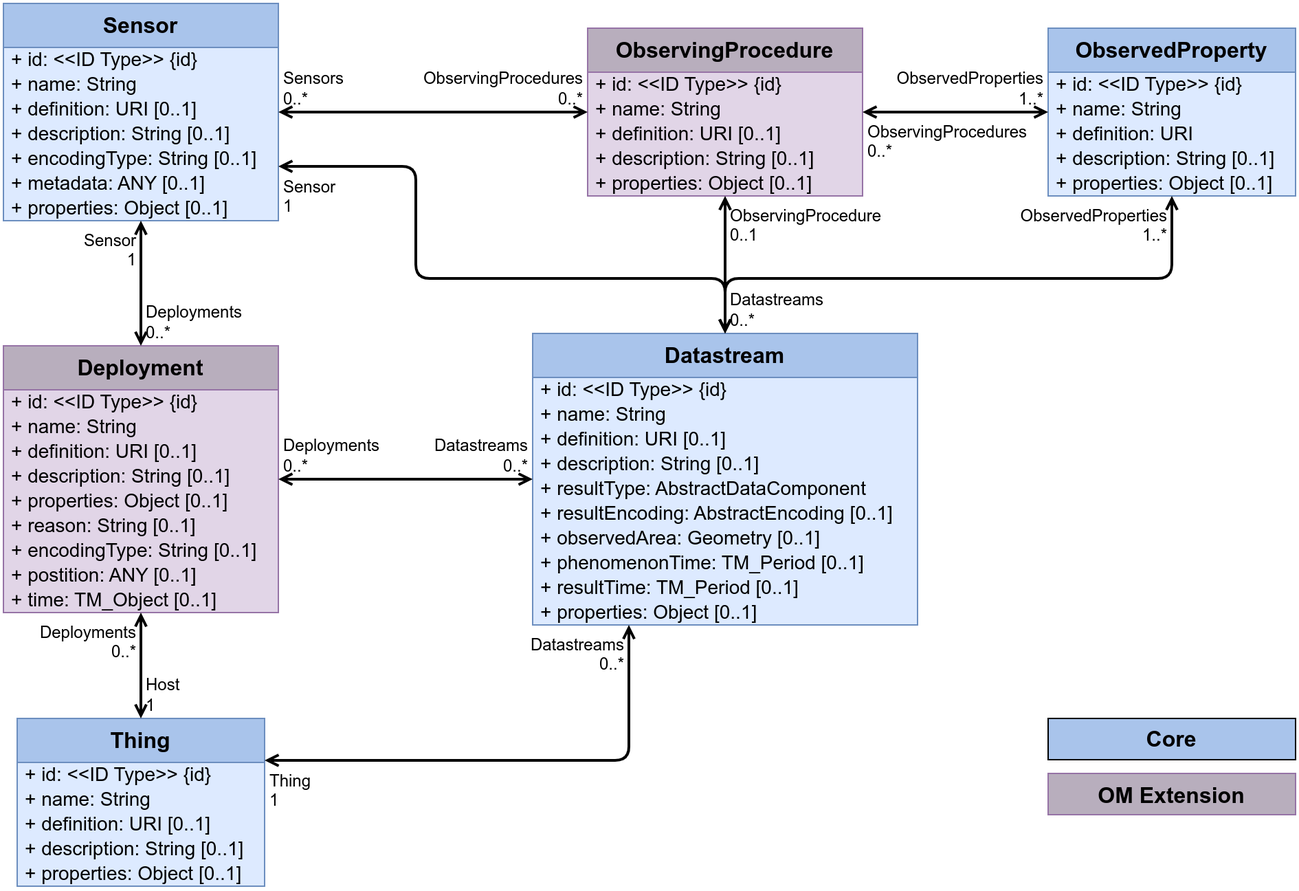
Earlier version of the draw.io export figures/Datamodel-SensorThingsApi-V2-OM.drawio.png (opengeospatial/sensorthings). Source tidied: cells renumbered, new cells last; positions are measured from the earlier drawing's top-left corner, leaving out a move shared by most shapes.
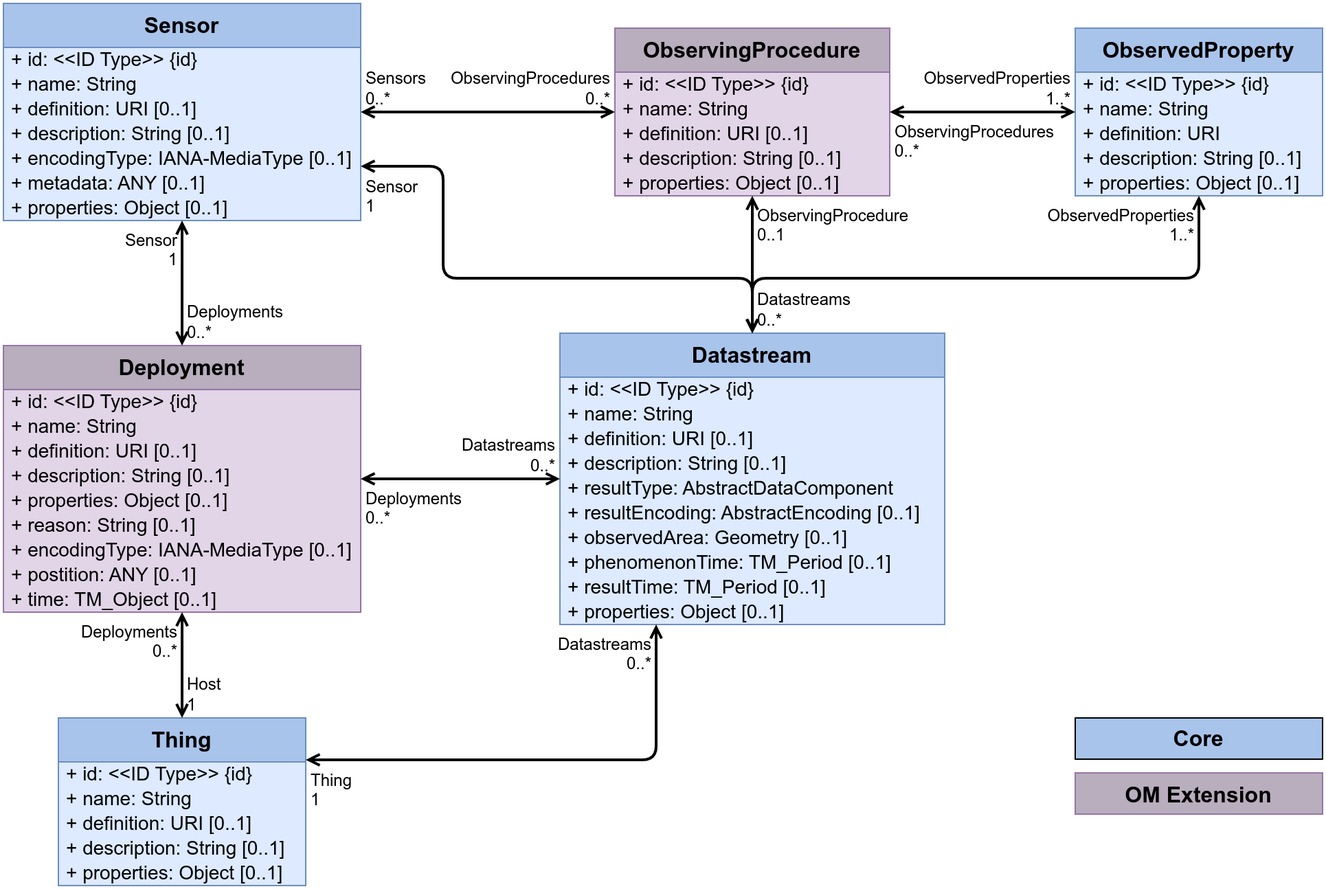
The same diagram one commit later.

Change to the diagram source:
```diff
@@ -36,34 +36,34 @@
       <mxGeometry y="194" width="280" height="18" as="geometry" />
     </mxCell>
     <mxCell id="13" value="Deployment" style="swimlane;fontStyle=1;horizontal=1;startSize=32;fontSize=16;whiteSpace=wrap;html=1;fillColor=#B8AEBD;strokeColor=#9673a6;swimlaneFillColor=#E1D5E7;verticalAlign=top;" parent="1" vertex="1">
-      <mxGeometry y="249" width="200" height="194" as="geometry" />
+      <mxGeometry x="-20" y="249" width="260" height="194" as="geometry" />
     </mxCell>
     <mxCell id="14" value="+&amp;nbsp;id: &amp;lt;&amp;lt;ID Type&amp;gt;&amp;gt;&amp;nbsp;{id}" style="text;strokeColor=none;fillColor=none;align=left;verticalAlign=middle;spacingLeft=4;spacingRight=4;overflow=visible;html=1;fontSize=14;" parent="13" vertex="1">
-      <mxGeometry y="32" width="200" height="18" as="geometry" />
+      <mxGeometry y="32" width="260" height="18" as="geometry" />
     </mxCell>
     <mxCell id="15" value="+ name: String" style="text;strokeColor=none;fillColor=none;align=left;verticalAlign=middle;spacingLeft=4;spacingRight=4;overflow=visible;html=1;fontSize=14;" parent="13" vertex="1">
-      <mxGeometry y="50" width="200" height="18" as="geometry" />
+      <mxGeometry y="50" width="260" height="18" as="geometry" />
     </mxCell>
     <mxCell id="16" value="&lt;div style=&quot;&quot;&gt;&lt;span style=&quot;background-color: initial;&quot;&gt;+&amp;nbsp;definition: URI&amp;nbsp;[0..1]&lt;/span&gt;&lt;/div&gt;" style="text;strokeColor=none;fillColor=none;align=left;verticalAlign=middle;spacingLeft=4;spacingRight=4;overflow=visible;html=1;fontSize=14;" parent="13" vertex="1">
-      <mxGeometry y="68" width="200" height="18" as="geometry" />
+      <mxGeometry y="68" width="260" height="18" as="geometry" />
     </mxCell>
     <mxCell id="17" value="+&amp;nbsp;description: String&amp;nbsp;[0..1]" style="text;strokeColor=none;fillColor=none;align=left;verticalAlign=middle;spacingLeft=4;spacingRight=4;overflow=visible;html=1;fontSize=14;" parent="13" vertex="1">
-      <mxGeometry y="86" width="200" height="18" as="geometry" />
+      <mxGeometry y="86" width="260" height="18" as="geometry" />
     </mxCell>
     <mxCell id="18" value="+&amp;nbsp;properties: Object&amp;nbsp;[0..1]" style="text;strokeColor=none;fillColor=none;align=left;verticalAlign=middle;spacingLeft=4;spacingRight=4;overflow=visible;html=1;fontSize=14;" parent="13" vertex="1">
-      <mxGeometry y="104" width="200" height="18" as="geometry" />
+      <mxGeometry y="104" width="260" height="18" as="geometry" />
     </mxCell>
     <mxCell id="19" value="+&amp;nbsp;reason: String&amp;nbsp;[0..1]" style="text;strokeColor=none;fillColor=none;align=left;verticalAlign=middle;spacingLeft=4;spacingRight=4;overflow=visible;html=1;fontSize=14;" parent="13" vertex="1">
-      <mxGeometry y="122" width="200" height="18" as="geometry" />
+      <mxGeometry y="122" width="260" height="18" as="geometry" />
     </mxCell>
-    <mxCell id="20" value="+&amp;nbsp;encodingType: String&amp;nbsp;[0..1]" style="text;strokeColor=none;fillColor=none;align=left;verticalAlign=middle;spacingLeft=4;spacingRight=4;overflow=visible;html=1;fontSize=14;" parent="13" vertex="1">
-      <mxGeometry y="140" width="200" height="18" as="geometry" />
+    <mxCell id="20" value="+&amp;nbsp;encodingType:&amp;nbsp;IANA-MediaType&lt;span style=&quot;background-color: initial;&quot;&gt;&amp;nbsp;[0..1]&lt;/span&gt;" style="text;strokeColor=none;fillColor=none;align=left;verticalAlign=middle;spacingLeft=4;spacingRight=4;overflow=visible;html=1;fontSize=14;" parent="13" vertex="1">
+      <mxGeometry y="140" width="260" height="18" as="geometry" />
     </mxCell>
     <mxCell id="21" value="+&amp;nbsp;postition: ANY&amp;nbsp;[0..1]" style="text;strokeColor=none;fillColor=none;align=left;verticalAlign=middle;spacingLeft=4;spacingRight=4;overflow=visible;html=1;fontSize=14;" parent="13" vertex="1">
-      <mxGeometry y="158" width="200" height="18" as="geometry" />
+      <mxGeometry y="158" width="260" height="18" as="geometry" />
     </mxCell>
     <mxCell id="22" value="+&amp;nbsp;time: TM_Object&amp;nbsp;[0..1]" style="text;strokeColor=none;fillColor=none;align=left;verticalAlign=middle;spacingLeft=4;spacingRight=4;overflow=visible;html=1;fontSize=14;" parent="13" vertex="1">
-      <mxGeometry y="176" width="200" height="18" as="geometry" />
+      <mxGeometry y="176" width="260" height="18" as="geometry" />
     </mxCell>
     <mxCell id="23" value="ObservedProperty" style="swimlane;fontStyle=1;horizontal=1;startSize=32;fontSize=16;whiteSpace=wrap;html=1;fillColor=#A9C4EB;strokeColor=#6c8ebf;swimlaneFillColor=#DDEAFF;verticalAlign=top;" parent="1" vertex="1">
       <mxGeometry x="760" y="18" width="180" height="122" as="geometry" />
@@ -122,28 +122,28 @@
       <mxGeometry x="-1" relative="1" as="geometry" />
     </mxCell>
     <mxCell id="40" value="Sensor" style="swimlane;fontStyle=1;horizontal=1;startSize=32;fontSize=16;whiteSpace=wrap;html=1;fillColor=#A9C4EB;strokeColor=#6c8ebf;swimlaneFillColor=#DDEAFF;verticalAlign=top;" parent="1" vertex="1">
-      <mxGeometry width="200" height="158" as="geometry" />
+      <mxGeometry x="-20" width="260" height="158" as="geometry" />
     </mxCell>
     <mxCell id="41" value="+&amp;nbsp;id: &amp;lt;&amp;lt;ID Type&amp;gt;&amp;gt;&amp;nbsp;{id}" style="text;strokeColor=none;fillColor=none;align=left;verticalAlign=middle;spacingLeft=4;spacingRight=4;overflow=visible;html=1;fontSize=14;" parent="40" vertex="1">
-      <mxGeometry y="32" width="200" height="18" as="geometry" />
+      <mxGeometry y="32" width="260" height="18" as="geometry" />
     </mxCell>
     <mxCell id="42" value="+ name: String" style="text;strokeColor=none;fillColor=none;align=left;verticalAlign=middle;spacingLeft=4;spacingRight=4;overflow=visible;html=1;fontSize=14;" parent="40" vertex="1">
-      <mxGeometry y="50" width="200" height="18" as="geometry" />
+      <mxGeometry y="50" width="260" height="18" as="geometry" />
     </mxCell>
     <mxCell id="43" value="+&amp;nbsp;definition: URI [0..1]" style="text;strokeColor=none;fillColor=none;align=left;verticalAlign=middle;spacingLeft=4;spacingRight=4;overflow=visible;html=1;fontSize=14;" parent="40" vertex="1">
-      <mxGeometry y="68" width="200" height="18" as="geometry" />
+      <mxGeometry y="68" width="260" height="18" as="geometry" />
     </mxCell>
     <mxCell id="44" value="+&amp;nbsp;description: String&amp;nbsp;[0..1]" style="text;strokeColor=none;fillColor=none;align=left;verticalAlign=middle;spacingLeft=4;spacingRight=4;overflow=visible;html=1;fontSize=14;" parent="40" vertex="1">
-      <mxGeometry y="86" width="200" height="18" as="geometry" />
+      <mxGeometry y="86" width="260" height="18" as="geometry" />
     </mxCell>
-    <mxCell id="45" value="+ encodingType: String&amp;nbsp;[0..1]" style="text;strokeColor=none;fillColor=none;align=left;verticalAlign=middle;spacingLeft=4;spacingRight=4;overflow=visible;html=1;fontSize=14;" parent="40" vertex="1">
-      <mxGeometry y="104" width="200" height="18" as="geometry" />
+    <mxCell id="45" value="+ encodingType:&amp;nbsp;IANA-MediaType&lt;span style=&quot;background-color: initial;&quot;&gt;&amp;nbsp;[0..1]&lt;/span&gt;" style="text;strokeColor=none;fillColor=none;align=left;verticalAlign=middle;spacingLeft=4;spacingRight=4;overflow=visible;html=1;fontSize=14;" parent="40" vertex="1">
+      <mxGeometry y="104" width="260" height="18" as="geometry" />
     </mxCell>
     <mxCell id="46" value="+ metadata: ANY [0..1]" style="text;strokeColor=none;fillColor=none;align=left;verticalAlign=middle;spacingLeft=4;spacingRight=4;overflow=visible;html=1;fontSize=14;" parent="40" vertex="1">
-      <mxGeometry y="122" width="200" height="18" as="geometry" />
+      <mxGeometry y="122" width="260" height="18" as="geometry" />
     </mxCell>
     <mxCell id="47" value="+&amp;nbsp;properties: Object&amp;nbsp;[0..1]" style="text;strokeColor=none;fillColor=none;align=left;verticalAlign=middle;spacingLeft=4;spacingRight=4;overflow=visible;html=1;fontSize=14;" parent="40" vertex="1">
-      <mxGeometry y="140" width="200" height="18" as="geometry" />
+      <mxGeometry y="140" width="260" height="18" as="geometry" />
     </mxCell>
     <mxCell id="48" style="endArrow=open;startArrow=open;html=1;rounded=1;entryX=0.5;entryY=0;entryDx=0;entryDy=0;edgeStyle=orthogonalEdgeStyle;exitX=1;exitY=0.75;exitDx=0;exitDy=0;strokeWidth=2;startFill=0;endFill=0;" parent="1" edge="1" source="40" target="2">
       <mxGeometry relative="1" as="geometry">
@@ -176,7 +176,7 @@
       <mxGeometry x="1" relative="1" as="geometry" />
     </mxCell>
     <mxCell id="56" value="Thing" style="swimlane;fontStyle=1;horizontal=1;startSize=32;fontSize=16;whiteSpace=wrap;html=1;fillColor=#A9C4EB;strokeColor=#6c8ebf;swimlaneFillColor=#DDEAFF;verticalAlign=top;" parent="1" vertex="1">
-      <mxGeometry x="10" y="520" width="180" height="122" as="geometry" />
+      <mxGeometry x="20" y="520" width="180" height="122" as="geometry" />
     </mxCell>
     <mxCell id="57" value="+&amp;nbsp;id: &amp;lt;&amp;lt;ID Type&amp;gt;&amp;gt;&amp;nbsp;{id}" style="text;strokeColor=none;fillColor=none;align=left;verticalAlign=middle;spacingLeft=4;spacingRight=4;overflow=visible;html=1;fontSize=14;" parent="56" vertex="1">
       <mxGeometry y="32" width="180" height="18" as="geometry" />
@@ -214,7 +214,7 @@
     <mxCell id="68" style="endArrow=open;startArrow=open;html=1;rounded=1;edgeStyle=orthogonalEdgeStyle;strokeWidth=2;startFill=0;endFill=0;" parent="1" edge="1" source="13" target="2">
       <mxGeometry relative="1" as="geometry" />
     </mxCell>
-    <mxCell id="69" value="Deployments&lt;br&gt;0..*" style="edgeLabel;html=1;align=left;verticalAlign=bottom;labelBackgroundColor=none;fontSize=12;spacingLeft=1;spacing=3;spacingRight=2;" parent="68" vertex="1">
+    <mxCell id="69" value="Deployments&lt;br&gt;0..*" style="edgeLabel;html=1;align=left;verticalAlign=top;labelBackgroundColor=none;fontSize=12;spacingLeft=1;spacing=3;spacingRight=2;" parent="68" vertex="1">
       <mxGeometry x="-1" relative="1" as="geometry" />
     </mxCell>
     <mxCell id="70" value="Datastreams&lt;br&gt;0..*" style="edgeLabel;html=1;align=right;verticalAlign=bottom;labelBackgroundColor=none;fontSize=12;spacingLeft=1;spacing=3;spacingRight=2;" parent="68" vertex="1">
```
